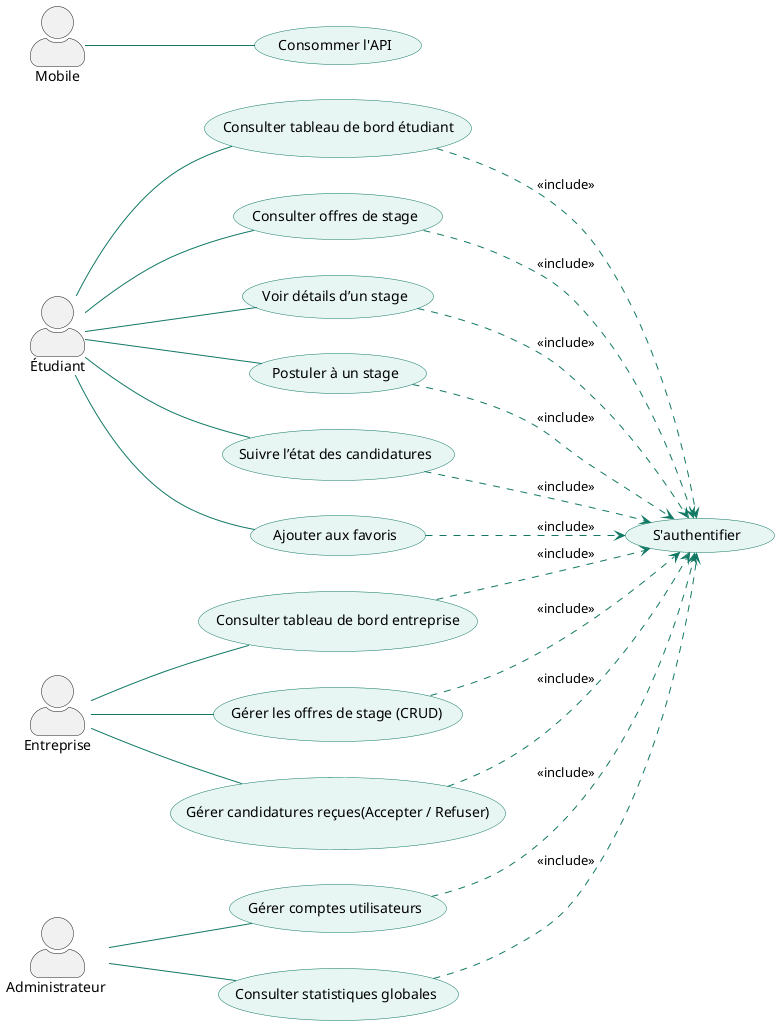
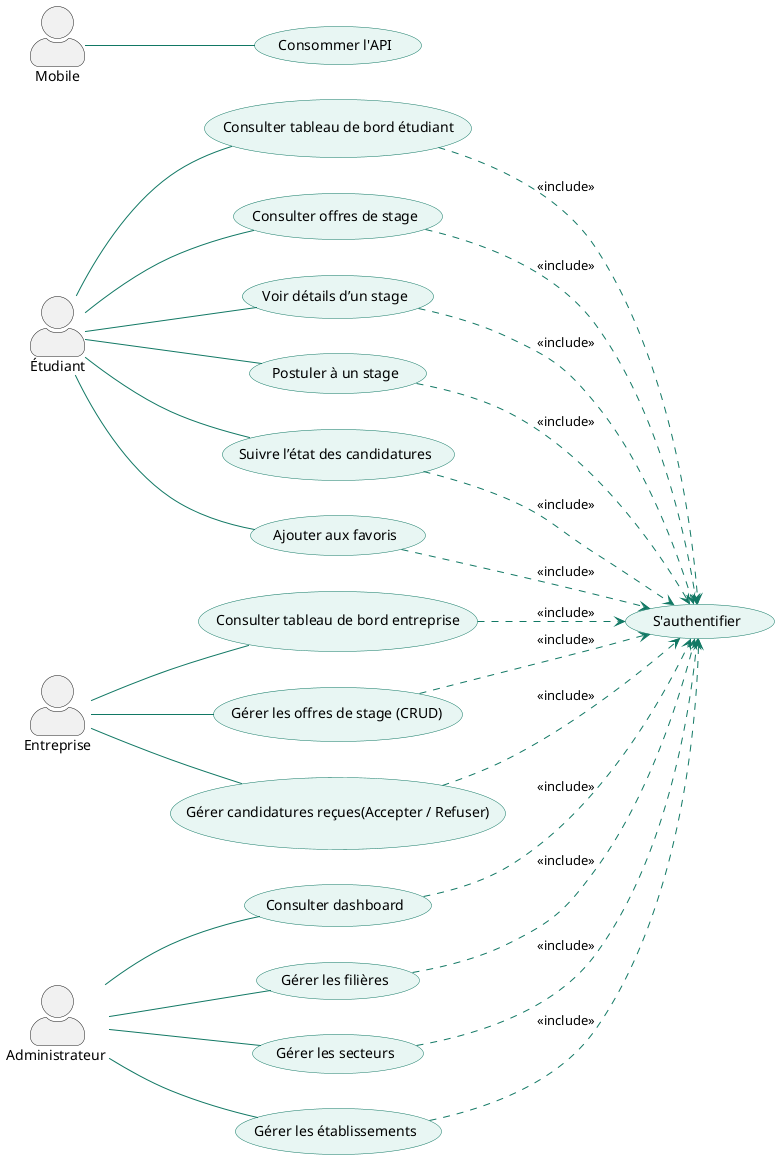
@startuml StageFlow_Sprint1_MVP
left to right direction
skinparam actorStyle awesome

skinparam usecase {
BackgroundColor #E8F6F3
BorderColor #117864
ArrowColor #117864
}

actor "Étudiant" as E
actor "Entreprise" as Ent
actor "Administrateur " as Admin
actor "Mobile" as Mob


' =========================
' Étudiant
' =========================

usecase "Consulter tableau de bord étudiant" as UC1
usecase "Consulter offres de stage" as UC2
usecase "Voir détails d’un stage" as UC3
usecase "Postuler à un stage" as UC4
usecase "Suivre l’état des candidatures" as UC5
usecase "Ajouter aux favoris" as UC6


E -- UC1
E -- UC2
E -- UC3
E -- UC4
E -- UC5
E -- UC6



' =========================
' Entreprise
' =========================

usecase "Consulter tableau de bord entreprise" as UC7
usecase "Gérer les offres de stage (CRUD)" as UC8
usecase "Gérer candidatures reçues(Accepter / Refuser)" as UC9


Ent -- UC7
Ent -- UC8
Ent -- UC9




' =========================
' Administrateur
' =========================

- usecase "Gérer comptes utilisateurs" as UC10
- usecase "Consulter statistiques globales" as UC11
+ usecase "Consulter dashboard" as UC11
+ usecase "Gérer les filières" as UC12
+ usecase "Gérer les secteurs" as UC13
+ usecase "Gérer les établissements" as UC14


- Admin -- UC10
Admin -- UC11
+ Admin -- UC12
+ Admin -- UC13
+ Admin -- UC14



' =========================
' Mobile
' =========================

usecase "Consommer l'API" as API

Mob -- API


' =========================
' Authentification
' =========================

usecase "S'authentifier" as Auth

UC1 ..> Auth : <<include>>
UC2 ..> Auth : <<include>>
UC3 ..> Auth : <<include>>
UC4 ..> Auth : <<include>>
UC5 ..> Auth : <<include>>
UC6 ..> Auth : <<include>>
UC7 ..> Auth : <<include>>
UC8 ..> Auth : <<include>>
UC9 ..> Auth : <<include>>
- UC10 ..> Auth : <<include>>
UC11 ..> Auth : <<include>>
+ UC12 ..> Auth : <<include>>
+ UC13 ..> Auth : <<include>>
+ UC14 ..> Auth : <<include>>


@enduml